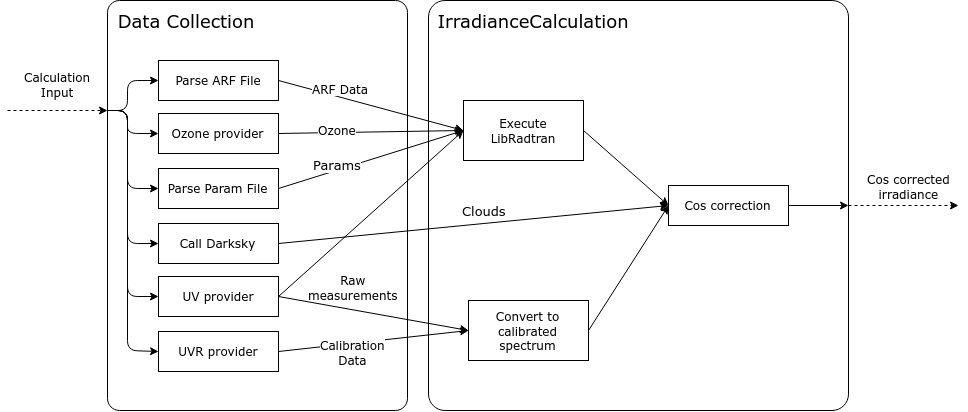
Earlier version of the draw.io export assets/technical_detail_2.png (pec0ra/buvic). Source tidied: cells renumbered, new cells last; positions are measured from the earlier drawing's top-left corner, leaving out a move shared by most shapes.
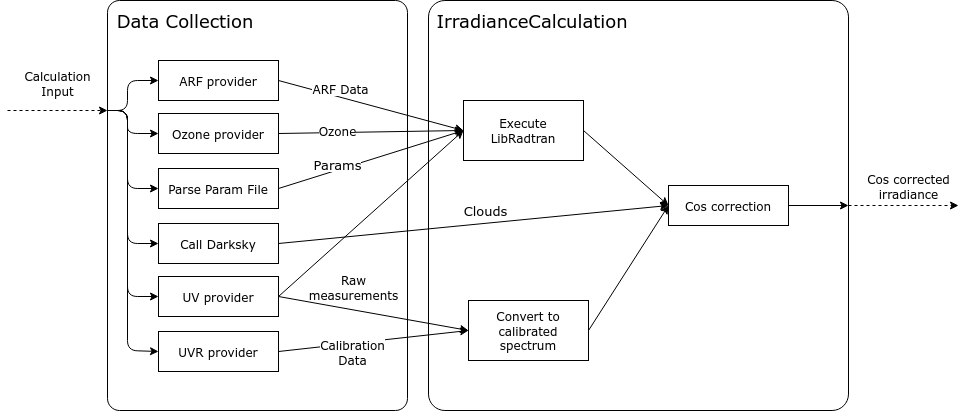
After the commit.

Change to the diagram source:
```diff
@@ -20,7 +20,7 @@
     <mxCell id="6" value="&lt;div&gt;Calculation&lt;/div&gt;&lt;div&gt;Input&lt;br&gt;&lt;/div&gt;" style="text;html=1;align=center;verticalAlign=middle;fontFamily=Verdana;" parent="1" vertex="1">
       <mxGeometry x="10" y="68" width="80" height="30" as="geometry" />
     </mxCell>
-    <mxCell id="7" value="Parse ARF File" style="rounded=0;whiteSpace=wrap;html=1;fontFamily=Verdana;" parent="1" vertex="1">
+    <mxCell id="7" value="ARF provider" style="rounded=0;whiteSpace=wrap;html=1;fontFamily=Verdana;" parent="1" vertex="1">
       <mxGeometry x="151" y="60" width="120" height="40" as="geometry" />
     </mxCell>
     <mxCell id="8" value="Ozone provider" style="rounded=0;whiteSpace=wrap;html=1;fontFamily=Verdana;" parent="1" vertex="1">
```
